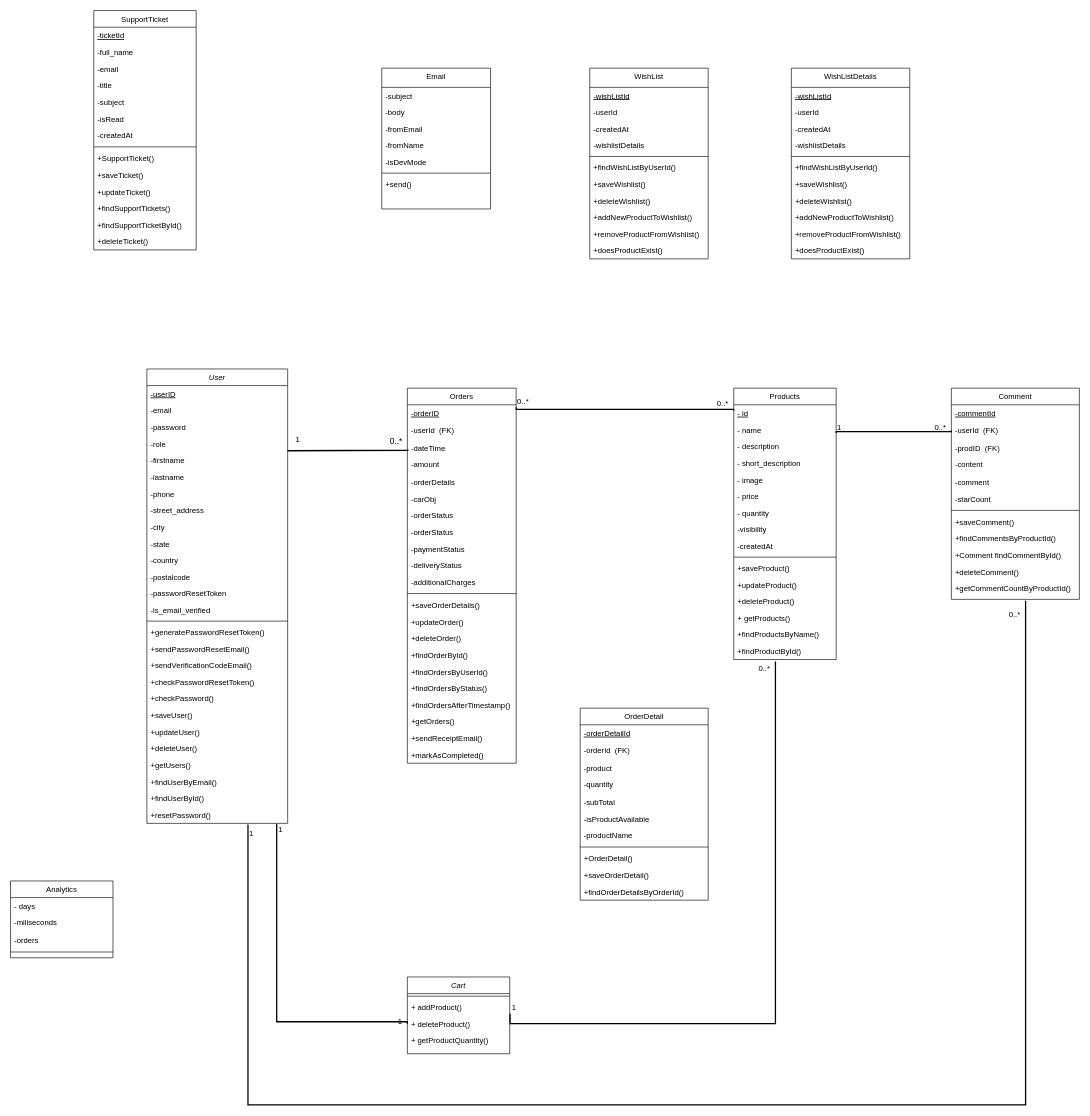
Before: assets/diagrams/Class Diagram.drawio in isira-adithya/PUSL2024, a draw.io diagram. Source tidied: cells renumbered, new cells numbered last; positions are measured from the earlier drawing's top-left corner, leaving out a move shared by most shapes. Both pictures are drawn from the tidied source at 64%, with x=0, y=0 at pixel (10, 10).
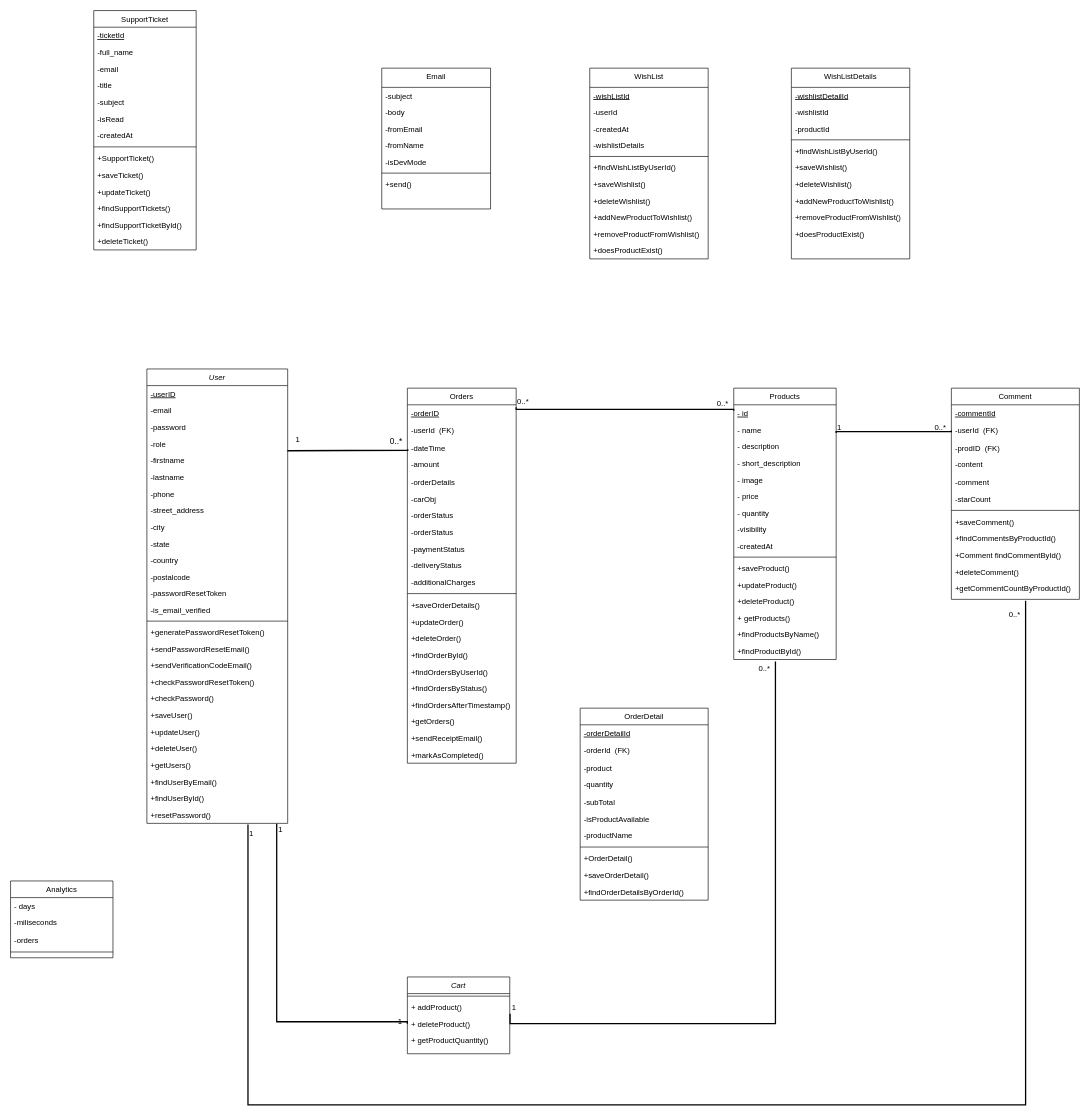
Above is the later version.

Commit message:
updated wishListDetails class.class diagram

Unchanged cells that the change refers to:
```xml
<mxCell id="158" value="WishListDetails" style="swimlane;fontStyle=0;align=center;verticalAlign=top;horizontal=1;startSize=30;rounded=0;shadow=0;strokeWidth=1;" parent="1" vertex="1">
  <mxGeometry x="1220" y="90" width="185" height="298" as="geometry" />
</mxCell>
```

The edit, as a diff of the source:
```diff
@@
-    <mxCell id="159" value="-wishListId" style="text;align=left;verticalAlign=top;spacingLeft=4;spacingRight=4;overflow=hidden;fontStyle=4;" parent="158" vertex="1">
+    <mxCell id="159" value="-wishlistDetailId" style="text;align=left;verticalAlign=top;spacingLeft=4;spacingRight=4;overflow=hidden;fontStyle=4;" parent="158" vertex="1">
       <mxGeometry y="30" width="185" height="26" as="geometry" />
     </mxCell>
-    <mxCell id="160" value="-userId" style="text;align=left;verticalAlign=top;spacingLeft=4;spacingRight=4;overflow=hidden;" parent="158" vertex="1">
+    <mxCell id="160" value="-wishlistId" style="text;align=left;verticalAlign=top;spacingLeft=4;spacingRight=4;overflow=hidden;" parent="158" vertex="1">
       <mxGeometry y="56" width="185" height="26" as="geometry" />
     </mxCell>
-    <mxCell id="161" value="-createdAt" style="text;align=left;verticalAlign=top;spacingLeft=4;spacingRight=4;overflow=hidden;" parent="158" vertex="1">
+    <mxCell id="161" value="-productId" style="text;align=left;verticalAlign=top;spacingLeft=4;spacingRight=4;overflow=hidden;" parent="158" vertex="1">
       <mxGeometry y="82" width="185" height="26" as="geometry" />
     </mxCell>
-    <mxCell id="162" value="-wishlistDetails" style="text;align=left;verticalAlign=top;spacingLeft=4;spacingRight=4;overflow=hidden;" parent="158" vertex="1">
-      <mxGeometry y="108" width="185" height="26" as="geometry" />
-    </mxCell>
     <mxCell id="163" style="line;html=1;strokeWidth=1;align=left;verticalAlign=middle;spacingTop=-1;spacingLeft=3;spacingRight=3;labelPosition=right;" parent="158" vertex="1">
-      <mxGeometry y="134" width="185" height="8" as="geometry" />
+      <mxGeometry y="108" width="185" height="8" as="geometry" />
     </mxCell>
     <mxCell id="164" value="+findWishListByUserId()" style="text;align=left;verticalAlign=top;spacingLeft=4;spacingRight=4;overflow=hidden;" parent="158" vertex="1">
-      <mxGeometry y="142" width="185" height="26" as="geometry" />
+      <mxGeometry y="116" width="185" height="26" as="geometry" />
     </mxCell>
     <mxCell id="165" value="+saveWishlist()" style="text;align=left;verticalAlign=top;spacingLeft=4;spacingRight=4;overflow=hidden;" parent="158" vertex="1">
-      <mxGeometry y="168" width="185" height="26" as="geometry" />
+      <mxGeometry y="142" width="185" height="26" as="geometry" />
     </mxCell>
     <mxCell id="166" value="+deleteWishlist()" style="text;align=left;verticalAlign=top;spacingLeft=4;spacingRight=4;overflow=hidden;" parent="158" vertex="1">
-      <mxGeometry y="194" width="185" height="26" as="geometry" />
+      <mxGeometry y="168" width="185" height="26" as="geometry" />
     </mxCell>
     <mxCell id="167" value="+addNewProductToWishlist()" style="text;align=left;verticalAlign=top;spacingLeft=4;spacingRight=4;overflow=hidden;" parent="158" vertex="1">
-      <mxGeometry y="220" width="185" height="26" as="geometry" />
+      <mxGeometry y="194" width="185" height="26" as="geometry" />
     </mxCell>
     <mxCell id="168" value="+removeProductFromWishlist()" style="text;align=left;verticalAlign=top;spacingLeft=4;spacingRight=4;overflow=hidden;" parent="158" vertex="1">
-      <mxGeometry y="246" width="185" height="26" as="geometry" />
+      <mxGeometry y="220" width="185" height="26" as="geometry" />
     </mxCell>
     <mxCell id="169" value="+doesProductExist()" style="text;align=left;verticalAlign=top;spacingLeft=4;spacingRight=4;overflow=hidden;" parent="158" vertex="1">
-      <mxGeometry y="272" width="185" height="26" as="geometry" />
+      <mxGeometry y="246" width="185" height="26" as="geometry" />
     </mxCell>
```
